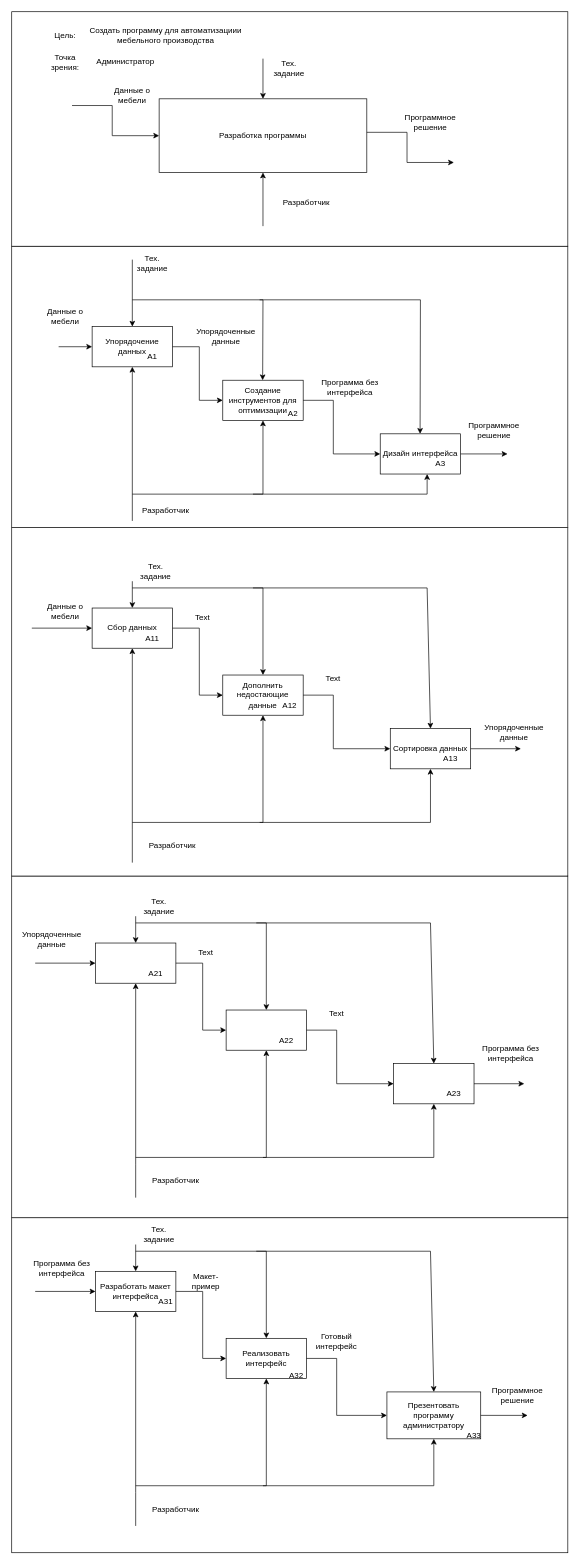
The draw.io diagram page "Страница — 1" (1 of 2) of mebel.drawio in Involuntar/Test, before the edit. Source tidied: cells renumbered, new cells numbered last; positions are measured from the earlier drawing's top-left corner, leaving out a move shared by most shapes. Both pictures are drawn from the tidied source at 67%, with x=0, y=0 at pixel (11, 11).
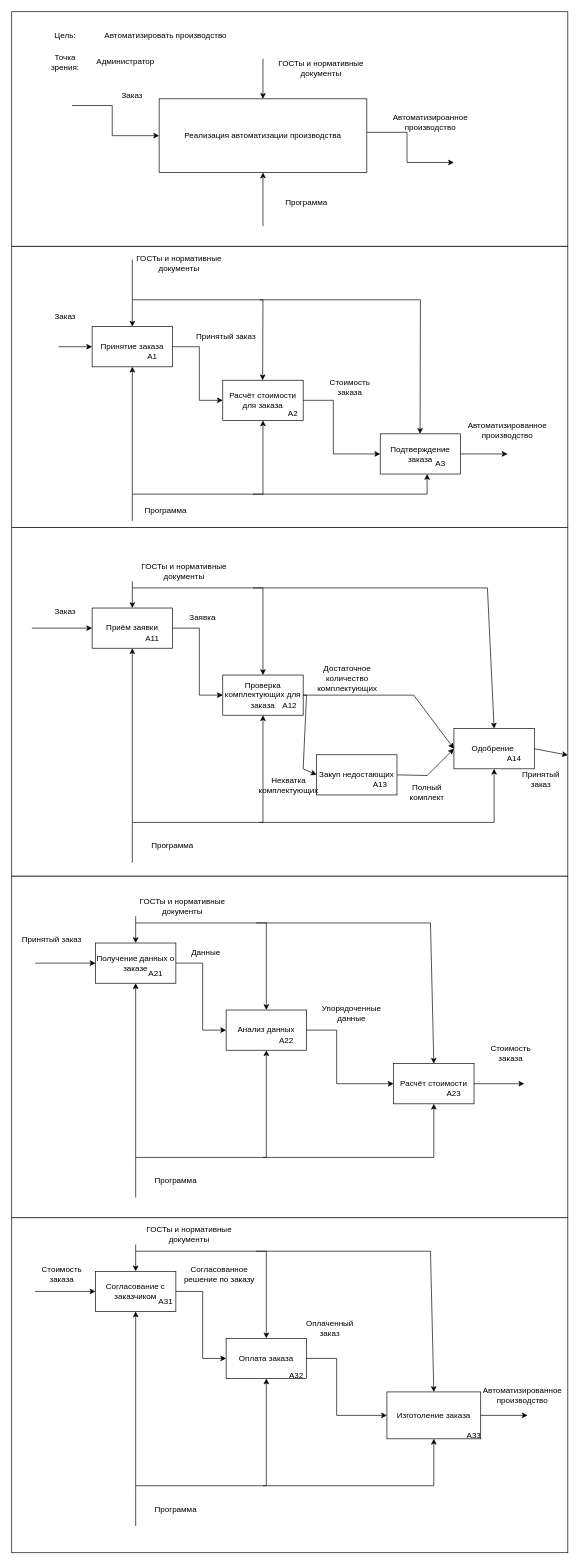
Above is the later version.

The change refers to these unchanged cells:
```xml
<mxCell id="4" style="rounded=0;whiteSpace=wrap;html=1;" parent="1" vertex="1">
  <mxGeometry y="770" width="830" height="520" as="geometry" />
</mxCell>
```

Diff of the diagram source:
```diff
@@
-    <mxCell id="7" value="Разработка программы" style="rounded=0;whiteSpace=wrap;html=1;" parent="1" vertex="1">
+    <mxCell id="7" value="Реализация автоматизации производства" style="rounded=0;whiteSpace=wrap;html=1;" parent="1" vertex="1">
       <mxGeometry x="220" y="130" width="310" height="110" as="geometry" />
     </mxCell>
@@
-    <mxCell id="10" value="Данные о мебели" style="text;html=1;strokeColor=none;fillColor=none;align=center;verticalAlign=middle;whiteSpace=wrap;rounded=0;" parent="1" vertex="1">
+    <mxCell id="10" value="Заказ" style="text;html=1;strokeColor=none;fillColor=none;align=center;verticalAlign=middle;whiteSpace=wrap;rounded=0;" parent="1" vertex="1">
       <mxGeometry x="150" y="110" width="60" height="30" as="geometry" />
     </mxCell>
-    <mxCell id="11" value="Программное решение" style="text;html=1;strokeColor=none;fillColor=none;align=center;verticalAlign=middle;whiteSpace=wrap;rounded=0;" parent="1" vertex="1">
+    <mxCell id="11" value="Автоматизироанное производство" style="text;html=1;strokeColor=none;fillColor=none;align=center;verticalAlign=middle;whiteSpace=wrap;rounded=0;" parent="1" vertex="1">
       <mxGeometry x="580" y="150" width="90" height="30" as="geometry" />
     </mxCell>
@@
-    <mxCell id="14" value="Создать программу для автоматизациии мебельного производства" style="text;html=1;strokeColor=none;fillColor=none;align=center;verticalAlign=middle;whiteSpace=wrap;rounded=0;" parent="1" vertex="1">
+    <mxCell id="14" value="Автоматизировать производство" style="text;html=1;strokeColor=none;fillColor=none;align=center;verticalAlign=middle;whiteSpace=wrap;rounded=0;" parent="1" vertex="1">
       <mxGeometry x="110" y="20" width="240" height="30" as="geometry" />
     </mxCell>
@@
-    <mxCell id="17" value="Тех. задание" style="text;html=1;strokeColor=none;fillColor=none;align=center;verticalAlign=middle;whiteSpace=wrap;rounded=0;" parent="1" vertex="1">
-      <mxGeometry x="384" y="70" width="60" height="30" as="geometry" />
+    <mxCell id="17" value="ГОСТы и нормативные документы" style="text;html=1;strokeColor=none;fillColor=none;align=center;verticalAlign=middle;whiteSpace=wrap;rounded=0;" parent="1" vertex="1">
+      <mxGeometry x="384" y="70" width="156" height="30" as="geometry" />
     </mxCell>
@@
-    <mxCell id="19" value="Разработчик" style="text;html=1;strokeColor=none;fillColor=none;align=center;verticalAlign=middle;whiteSpace=wrap;rounded=0;" parent="1" vertex="1">
+    <mxCell id="19" value="Программа" style="text;html=1;strokeColor=none;fillColor=none;align=center;verticalAlign=middle;whiteSpace=wrap;rounded=0;" parent="1" vertex="1">
       <mxGeometry x="390" y="270" width="100" height="30" as="geometry" />
     </mxCell>
-    <mxCell id="20" value="Упорядочение данных" style="rounded=0;whiteSpace=wrap;html=1;" parent="1" vertex="1">
+    <mxCell id="20" value="Принятие заказа" style="rounded=0;whiteSpace=wrap;html=1;" parent="1" vertex="1">
       <mxGeometry x="120" y="470" width="120" height="60" as="geometry" />
     </mxCell>
-    <mxCell id="21" value="Создание инструментов для оптимизации" style="rounded=0;whiteSpace=wrap;html=1;" parent="1" vertex="1">
+    <mxCell id="21" value="Расчёт стоимости для заказа" style="rounded=0;whiteSpace=wrap;html=1;" parent="1" vertex="1">
       <mxGeometry x="315" y="550" width="120" height="60" as="geometry" />
     </mxCell>
-    <mxCell id="22" value="Дизайн интерфейса" style="rounded=0;whiteSpace=wrap;html=1;" parent="1" vertex="1">
+    <mxCell id="22" value="Подтверждение заказа" style="rounded=0;whiteSpace=wrap;html=1;" parent="1" vertex="1">
       <mxGeometry x="550" y="630" width="120" height="60" as="geometry" />
     </mxCell>
@@
-    <mxCell id="32" value="Тех. задание" style="text;html=1;strokeColor=none;fillColor=none;align=center;verticalAlign=middle;whiteSpace=wrap;rounded=0;" parent="1" vertex="1">
-      <mxGeometry x="180" y="360" width="60" height="30" as="geometry" />
+    <mxCell id="32" value="ГОСТы и нормативные документы" style="text;html=1;strokeColor=none;fillColor=none;align=center;verticalAlign=middle;whiteSpace=wrap;rounded=0;" parent="1" vertex="1">
+      <mxGeometry x="180" y="360" width="140" height="30" as="geometry" />
     </mxCell>
-    <mxCell id="33" value="Разработчик" style="text;html=1;strokeColor=none;fillColor=none;align=center;verticalAlign=middle;whiteSpace=wrap;rounded=0;" parent="1" vertex="1">
+    <mxCell id="33" value="Программа" style="text;html=1;strokeColor=none;fillColor=none;align=center;verticalAlign=middle;whiteSpace=wrap;rounded=0;" parent="1" vertex="1">
       <mxGeometry x="185" y="730" width="90" height="30" as="geometry" />
     </mxCell>
@@
-    <mxCell id="35" value="Данные о мебели" style="text;html=1;strokeColor=none;fillColor=none;align=center;verticalAlign=middle;whiteSpace=wrap;rounded=0;" parent="1" vertex="1">
+    <mxCell id="35" value="Заказ" style="text;html=1;strokeColor=none;fillColor=none;align=center;verticalAlign=middle;whiteSpace=wrap;rounded=0;" parent="1" vertex="1">
       <mxGeometry x="50" y="440" width="60" height="30" as="geometry" />
     </mxCell>
-    <mxCell id="36" value="Программное решение" style="text;html=1;strokeColor=none;fillColor=none;align=center;verticalAlign=middle;whiteSpace=wrap;rounded=0;" parent="1" vertex="1">
-      <mxGeometry x="680" y="610" width="80" height="30" as="geometry" />
+    <mxCell id="36" value="Автоматизированное производство" style="text;html=1;strokeColor=none;fillColor=none;align=center;verticalAlign=middle;whiteSpace=wrap;rounded=0;" parent="1" vertex="1">
+      <mxGeometry x="680" y="610" width="120" height="30" as="geometry" />
     </mxCell>
@@
-    <mxCell id="40" value="Сбор данных" style="rounded=0;whiteSpace=wrap;html=1;" parent="1" vertex="1">
+    <mxCell id="40" value="Приём заявки" style="rounded=0;whiteSpace=wrap;html=1;" parent="1" vertex="1">
       <mxGeometry x="120" y="890" width="120" height="60" as="geometry" />
     </mxCell>
-    <mxCell id="41" value="Дополнить недостающие данные" style="rounded=0;whiteSpace=wrap;html=1;" parent="1" vertex="1">
+    <mxCell id="41" value="Проверка комплектующих для заказа" style="rounded=0;whiteSpace=wrap;html=1;" parent="1" vertex="1">
       <mxGeometry x="315" y="990" width="120" height="60" as="geometry" />
     </mxCell>
-    <mxCell id="42" value="Сортировка данных" style="rounded=0;whiteSpace=wrap;html=1;" parent="1" vertex="1">
-      <mxGeometry x="565" y="1070" width="120" height="60" as="geometry" />
+    <mxCell id="42" value="Одобрение&amp;nbsp;" style="rounded=0;whiteSpace=wrap;html=1;" parent="1" vertex="1">
+      <mxGeometry x="660" y="1070" width="120" height="60" as="geometry" />
     </mxCell>
@@
-    <mxCell id="44" style="endArrow=classic;html=1;rounded=0;entryX=0;entryY=0.5;entryDx=0;entryDy=0;exitX=1;exitY=0.5;exitDx=0;exitDy=0;" parent="1" edge="1" source="41" target="42">
-      <mxGeometry relative="1" as="geometry">
-        <Array as="points">
-          <mxPoint x="480" y="1020" />
-          <mxPoint x="480" y="1100" />
-        </Array>
-      </mxGeometry>
-    </mxCell>
-    <mxCell id="45" value="Упорядоченные данные" style="text;html=1;strokeColor=none;fillColor=none;align=center;verticalAlign=middle;whiteSpace=wrap;rounded=0;" parent="1" vertex="1">
+    <mxCell id="45" value="Принятый заказ" style="text;html=1;strokeColor=none;fillColor=none;align=center;verticalAlign=middle;whiteSpace=wrap;rounded=0;" parent="1" vertex="1">
       <mxGeometry x="270" y="470" width="100" height="30" as="geometry" />
     </mxCell>
-    <mxCell id="46" value="Программа без интерфейса" style="text;html=1;strokeColor=none;fillColor=none;align=center;verticalAlign=middle;whiteSpace=wrap;rounded=0;" parent="1" vertex="1">
+    <mxCell id="46" value="Стоимость заказа" style="text;html=1;strokeColor=none;fillColor=none;align=center;verticalAlign=middle;whiteSpace=wrap;rounded=0;" parent="1" vertex="1">
       <mxGeometry x="460" y="545" width="90" height="30" as="geometry" />
     </mxCell>
@@
     <mxCell id="49" style="endArrow=classic;html=1;rounded=0;entryX=0.5;entryY=1;entryDx=0;entryDy=0;" parent="1" edge="1" target="42">
       <mxGeometry relative="1" as="geometry">
         <mxPoint x="370" y="1210" as="sourcePoint" />
         <Array as="points">
-          <mxPoint x="625" y="1210" />
+          <mxPoint x="720" y="1210" />
         </Array>
       </mxGeometry>
     </mxCell>
@@
     <mxCell id="53" style="endArrow=classic;html=1;rounded=0;entryX=0.5;entryY=0;entryDx=0;entryDy=0;" parent="1" edge="1" target="42">
       <mxGeometry relative="1" as="geometry">
         <mxPoint x="360" y="860" as="sourcePoint" />
         <Array as="points">
-          <mxPoint x="620" y="860" />
+          <mxPoint x="710" y="860" />
         </Array>
       </mxGeometry>
     </mxCell>
-    <mxCell id="54" style="endArrow=classic;html=1;rounded=0;exitX=1;exitY=0.5;exitDx=0;exitDy=0;" parent="1" edge="1" source="42">
-      <mxGeometry relative="1" as="geometry">
-        <mxPoint x="760" y="1100" as="targetPoint" />
-      </mxGeometry>
+    <mxCell id="54" style="endArrow=classic;html=1;rounded=0;exitX=1;exitY=0.5;exitDx=0;exitDy=0;" parent="1" edge="1" source="42" target="4">
+      <mxGeometry relative="1" as="geometry" />
     </mxCell>
-    <mxCell id="55" value="Данные о мебели" style="text;html=1;strokeColor=none;fillColor=none;align=center;verticalAlign=middle;whiteSpace=wrap;rounded=0;" parent="1" vertex="1">
+    <mxCell id="55" value="Заказ" style="text;html=1;strokeColor=none;fillColor=none;align=center;verticalAlign=middle;whiteSpace=wrap;rounded=0;" parent="1" vertex="1">
       <mxGeometry x="50" y="880" width="60" height="30" as="geometry" />
     </mxCell>
-    <mxCell id="56" value="Тех. задание" style="text;html=1;strokeColor=none;fillColor=none;align=center;verticalAlign=middle;whiteSpace=wrap;rounded=0;" parent="1" vertex="1">
-      <mxGeometry x="185" y="820" width="60" height="30" as="geometry" />
+    <mxCell id="56" value="ГОСТы и нормативные документы" style="text;html=1;strokeColor=none;fillColor=none;align=center;verticalAlign=middle;whiteSpace=wrap;rounded=0;" parent="1" vertex="1">
+      <mxGeometry x="185" y="820" width="145" height="30" as="geometry" />
     </mxCell>
-    <mxCell id="57" value="Text" style="text;html=1;strokeColor=none;fillColor=none;align=center;verticalAlign=middle;whiteSpace=wrap;rounded=0;" parent="1" vertex="1">
+    <mxCell id="57" value="Заявка" style="text;html=1;strokeColor=none;fillColor=none;align=center;verticalAlign=middle;whiteSpace=wrap;rounded=0;" parent="1" vertex="1">
       <mxGeometry x="255" y="890" width="60" height="30" as="geometry" />
     </mxCell>
-    <mxCell id="58" value="Text" style="text;html=1;strokeColor=none;fillColor=none;align=center;verticalAlign=middle;whiteSpace=wrap;rounded=0;" parent="1" vertex="1">
-      <mxGeometry x="450" y="980" width="60" height="30" as="geometry" />
-    </mxCell>
-    <mxCell id="59" value="Упорядоченные данные" style="text;html=1;strokeColor=none;fillColor=none;align=center;verticalAlign=middle;whiteSpace=wrap;rounded=0;" parent="1" vertex="1">
-      <mxGeometry x="700" y="1060" width="100" height="30" as="geometry" />
+    <mxCell id="59" value="Принятый заказ" style="text;html=1;strokeColor=none;fillColor=none;align=center;verticalAlign=middle;whiteSpace=wrap;rounded=0;" parent="1" vertex="1">
+      <mxGeometry x="750" y="1130" width="80" height="30" as="geometry" />
     </mxCell>
-    <mxCell id="60" value="Разработчик" style="text;html=1;strokeColor=none;fillColor=none;align=center;verticalAlign=middle;whiteSpace=wrap;rounded=0;" parent="1" vertex="1">
+    <mxCell id="60" value="Программа" style="text;html=1;strokeColor=none;fillColor=none;align=center;verticalAlign=middle;whiteSpace=wrap;rounded=0;" parent="1" vertex="1">
       <mxGeometry x="200" y="1230" width="80" height="30" as="geometry" />
     </mxCell>
@@
-    <mxCell id="63" value="А13" style="text;html=1;strokeColor=none;fillColor=none;align=center;verticalAlign=middle;whiteSpace=wrap;rounded=0;" parent="1" vertex="1">
-      <mxGeometry x="625" y="1100" width="60" height="30" as="geometry" />
+    <mxCell id="63" value="А14" style="text;html=1;strokeColor=none;fillColor=none;align=center;verticalAlign=middle;whiteSpace=wrap;rounded=0;" parent="1" vertex="1">
+      <mxGeometry x="720" y="1100" width="60" height="30" as="geometry" />
     </mxCell>
-    <mxCell id="64" style="rounded=0;whiteSpace=wrap;html=1;" parent="1" vertex="1">
+    <mxCell id="64" value="Получение данных о заказе" style="rounded=0;whiteSpace=wrap;html=1;" parent="1" vertex="1">
       <mxGeometry x="125" y="1390" width="120" height="60" as="geometry" />
     </mxCell>
-    <mxCell id="65" style="rounded=0;whiteSpace=wrap;html=1;" parent="1" vertex="1">
+    <mxCell id="65" value="Анализ данных" style="rounded=0;whiteSpace=wrap;html=1;" parent="1" vertex="1">
       <mxGeometry x="320" y="1490" width="120" height="60" as="geometry" />
     </mxCell>
-    <mxCell id="66" style="rounded=0;whiteSpace=wrap;html=1;" parent="1" vertex="1">
+    <mxCell id="66" value="Расчёт стоимости" style="rounded=0;whiteSpace=wrap;html=1;" parent="1" vertex="1">
       <mxGeometry x="570" y="1570" width="120" height="60" as="geometry" />
     </mxCell>
@@
-    <mxCell id="77" value="Тех. задание" style="text;html=1;strokeColor=none;fillColor=none;align=center;verticalAlign=middle;whiteSpace=wrap;rounded=0;" parent="1" vertex="1">
-      <mxGeometry x="190" y="1320" width="60" height="30" as="geometry" />
+    <mxCell id="77" value="ГОСТы и нормативные документы" style="text;html=1;strokeColor=none;fillColor=none;align=center;verticalAlign=middle;whiteSpace=wrap;rounded=0;" parent="1" vertex="1">
+      <mxGeometry x="190" y="1320" width="130" height="30" as="geometry" />
     </mxCell>
-    <mxCell id="78" value="Text" style="text;html=1;strokeColor=none;fillColor=none;align=center;verticalAlign=middle;whiteSpace=wrap;rounded=0;" parent="1" vertex="1">
+    <mxCell id="78" value="Данные" style="text;html=1;strokeColor=none;fillColor=none;align=center;verticalAlign=middle;whiteSpace=wrap;rounded=0;" parent="1" vertex="1">
       <mxGeometry x="260" y="1390" width="60" height="30" as="geometry" />
     </mxCell>
-    <mxCell id="79" value="Text" style="text;html=1;strokeColor=none;fillColor=none;align=center;verticalAlign=middle;whiteSpace=wrap;rounded=0;" parent="1" vertex="1">
-      <mxGeometry x="455" y="1480" width="60" height="30" as="geometry" />
+    <mxCell id="79" value="Упорядоченные данные" style="text;html=1;strokeColor=none;fillColor=none;align=center;verticalAlign=middle;whiteSpace=wrap;rounded=0;" parent="1" vertex="1">
+      <mxGeometry x="455" y="1480" width="105" height="30" as="geometry" />
     </mxCell>
-    <mxCell id="80" value="Упорядоченные данные" style="text;html=1;strokeColor=none;fillColor=none;align=center;verticalAlign=middle;whiteSpace=wrap;rounded=0;" parent="1" vertex="1">
+    <mxCell id="80" value="Принятый заказ" style="text;html=1;strokeColor=none;fillColor=none;align=center;verticalAlign=middle;whiteSpace=wrap;rounded=0;" parent="1" vertex="1">
       <mxGeometry x="10" y="1370" width="100" height="30" as="geometry" />
     </mxCell>
-    <mxCell id="81" value="Разработчик" style="text;html=1;strokeColor=none;fillColor=none;align=center;verticalAlign=middle;whiteSpace=wrap;rounded=0;" parent="1" vertex="1">
+    <mxCell id="81" value="Программа" style="text;html=1;strokeColor=none;fillColor=none;align=center;verticalAlign=middle;whiteSpace=wrap;rounded=0;" parent="1" vertex="1">
       <mxGeometry x="205" y="1730" width="80" height="30" as="geometry" />
     </mxCell>
@@
-    <mxCell id="85" value="Разработать макет интерфейса" style="rounded=0;whiteSpace=wrap;html=1;" parent="1" vertex="1">
+    <mxCell id="85" value="Согласование с заказчиком" style="rounded=0;whiteSpace=wrap;html=1;" parent="1" vertex="1">
       <mxGeometry x="125" y="1880" width="120" height="60" as="geometry" />
     </mxCell>
-    <mxCell id="86" value="Реализовать интерфейс" style="rounded=0;whiteSpace=wrap;html=1;" parent="1" vertex="1">
+    <mxCell id="86" value="Оплата заказа" style="rounded=0;whiteSpace=wrap;html=1;" parent="1" vertex="1">
       <mxGeometry x="320" y="1980" width="120" height="60" as="geometry" />
     </mxCell>
-    <mxCell id="87" value="Презентовать программу администратору" style="rounded=0;whiteSpace=wrap;html=1;" parent="1" vertex="1">
+    <mxCell id="87" value="Изготоление заказа" style="rounded=0;whiteSpace=wrap;html=1;" parent="1" vertex="1">
       <mxGeometry x="560" y="2060" width="140" height="70" as="geometry" />
     </mxCell>
@@
-    <mxCell id="98" value="Тех. задание" style="text;html=1;strokeColor=none;fillColor=none;align=center;verticalAlign=middle;whiteSpace=wrap;rounded=0;" parent="1" vertex="1">
-      <mxGeometry x="190" y="1810" width="60" height="30" as="geometry" />
+    <mxCell id="98" value="ГОСТы и нормативные документы" style="text;html=1;strokeColor=none;fillColor=none;align=center;verticalAlign=middle;whiteSpace=wrap;rounded=0;" parent="1" vertex="1">
+      <mxGeometry x="190" y="1810" width="150" height="30" as="geometry" />
     </mxCell>
-    <mxCell id="99" value="Макет-пример" style="text;html=1;strokeColor=none;fillColor=none;align=center;verticalAlign=middle;whiteSpace=wrap;rounded=0;" parent="1" vertex="1">
-      <mxGeometry x="260" y="1880" width="60" height="30" as="geometry" />
+    <mxCell id="99" value="Согласованное решение по заказу" style="text;html=1;strokeColor=none;fillColor=none;align=center;verticalAlign=middle;whiteSpace=wrap;rounded=0;" parent="1" vertex="1">
+      <mxGeometry x="255" y="1870" width="110" height="30" as="geometry" />
     </mxCell>
-    <mxCell id="100" value="Готовый интерфейс" style="text;html=1;strokeColor=none;fillColor=none;align=center;verticalAlign=middle;whiteSpace=wrap;rounded=0;" parent="1" vertex="1">
-      <mxGeometry x="455" y="1970" width="60" height="30" as="geometry" />
+    <mxCell id="100" value="Оплаченный заказ" style="text;html=1;strokeColor=none;fillColor=none;align=center;verticalAlign=middle;whiteSpace=wrap;rounded=0;" parent="1" vertex="1">
+      <mxGeometry x="445" y="1950" width="60" height="30" as="geometry" />
     </mxCell>
-    <mxCell id="101" value="Программное решение" style="text;html=1;strokeColor=none;fillColor=none;align=center;verticalAlign=middle;whiteSpace=wrap;rounded=0;" parent="1" vertex="1">
-      <mxGeometry x="705" y="2050" width="100" height="30" as="geometry" />
+    <mxCell id="101" value="Автоматизированное производство" style="text;html=1;strokeColor=none;fillColor=none;align=center;verticalAlign=middle;whiteSpace=wrap;rounded=0;" parent="1" vertex="1">
+      <mxGeometry x="705" y="2050" width="115" height="30" as="geometry" />
     </mxCell>
-    <mxCell id="102" value="Разработчик" style="text;html=1;strokeColor=none;fillColor=none;align=center;verticalAlign=middle;whiteSpace=wrap;rounded=0;" parent="1" vertex="1">
+    <mxCell id="102" value="Программа" style="text;html=1;strokeColor=none;fillColor=none;align=center;verticalAlign=middle;whiteSpace=wrap;rounded=0;" parent="1" vertex="1">
       <mxGeometry x="205" y="2220" width="80" height="30" as="geometry" />
     </mxCell>
@@
-    <mxCell id="106" value="Программа без интерфейса" style="text;html=1;strokeColor=none;fillColor=none;align=center;verticalAlign=middle;whiteSpace=wrap;rounded=0;" parent="1" vertex="1">
+    <mxCell id="106" value="Стоимость заказа" style="text;html=1;strokeColor=none;fillColor=none;align=center;verticalAlign=middle;whiteSpace=wrap;rounded=0;" parent="1" vertex="1">
       <mxGeometry x="700" y="1540" width="90" height="30" as="geometry" />
     </mxCell>
-    <mxCell id="107" value="Программа без интерфейса" style="text;html=1;strokeColor=none;fillColor=none;align=center;verticalAlign=middle;whiteSpace=wrap;rounded=0;" parent="1" vertex="1">
-      <mxGeometry x="30" y="1860" width="90" height="30" as="geometry" />
+    <mxCell id="107" value="Стоимость заказа" style="text;html=1;strokeColor=none;fillColor=none;align=center;verticalAlign=middle;whiteSpace=wrap;rounded=0;" parent="1" vertex="1">
+      <mxGeometry x="30" y="1870" width="90" height="30" as="geometry" />
     </mxCell>
+    <mxCell id="108" value="Закуп недостающих" style="rounded=0;whiteSpace=wrap;html=1;" parent="1" vertex="1">
+      <mxGeometry x="455" y="1109" width="120" height="60" as="geometry" />
+    </mxCell>
+    <mxCell id="109" style="endArrow=classic;html=1;rounded=0;entryX=0;entryY=0.5;entryDx=0;entryDy=0;exitX=1;exitY=0.5;exitDx=0;exitDy=0;" parent="1" edge="1" source="41" target="108">
+      <mxGeometry relative="1" as="geometry">
+        <Array as="points">
+          <mxPoint x="440" y="1020" />
+          <mxPoint x="435" y="1130" />
+        </Array>
+      </mxGeometry>
+    </mxCell>
+    <mxCell id="110" value="Нехватка комплектующих" style="text;html=1;strokeColor=none;fillColor=none;align=center;verticalAlign=middle;whiteSpace=wrap;rounded=0;" parent="1" vertex="1">
+      <mxGeometry x="366" y="1139" width="95" height="30" as="geometry" />
+    </mxCell>
+    <mxCell id="44" style="endArrow=classic;html=1;rounded=0;exitX=1;exitY=0.5;exitDx=0;exitDy=0;entryX=0;entryY=0.5;entryDx=0;entryDy=0;" parent="1" edge="1" source="41" target="42">
+      <mxGeometry relative="1" as="geometry">
+        <Array as="points">
+          <mxPoint x="530" y="1020" />
+          <mxPoint x="600" y="1020" />
+        </Array>
+      </mxGeometry>
+    </mxCell>
+    <mxCell id="111" value="Достаточное количество комплектующих" style="text;html=1;strokeColor=none;fillColor=none;align=center;verticalAlign=middle;whiteSpace=wrap;rounded=0;" parent="1" vertex="1">
+      <mxGeometry x="461" y="980" width="80" height="30" as="geometry" />
+    </mxCell>
+    <mxCell id="112" style="endArrow=classic;html=1;rounded=0;entryX=0;entryY=0.5;entryDx=0;entryDy=0;exitX=1;exitY=0.5;exitDx=0;exitDy=0;" parent="1" edge="1" source="108" target="42">
+      <mxGeometry relative="1" as="geometry">
+        <Array as="points">
+          <mxPoint x="620" y="1140" />
+        </Array>
+      </mxGeometry>
+    </mxCell>
+    <mxCell id="113" value="Полный комплект" style="text;html=1;strokeColor=none;fillColor=none;align=center;verticalAlign=middle;whiteSpace=wrap;rounded=0;" parent="1" vertex="1">
+      <mxGeometry x="590" y="1150" width="60" height="30" as="geometry" />
+    </mxCell>
+    <mxCell id="114" value="А13" style="text;html=1;strokeColor=none;fillColor=none;align=center;verticalAlign=middle;whiteSpace=wrap;rounded=0;" parent="1" vertex="1">
+      <mxGeometry x="520" y="1139" width="60" height="30" as="geometry" />
+    </mxCell>
```
